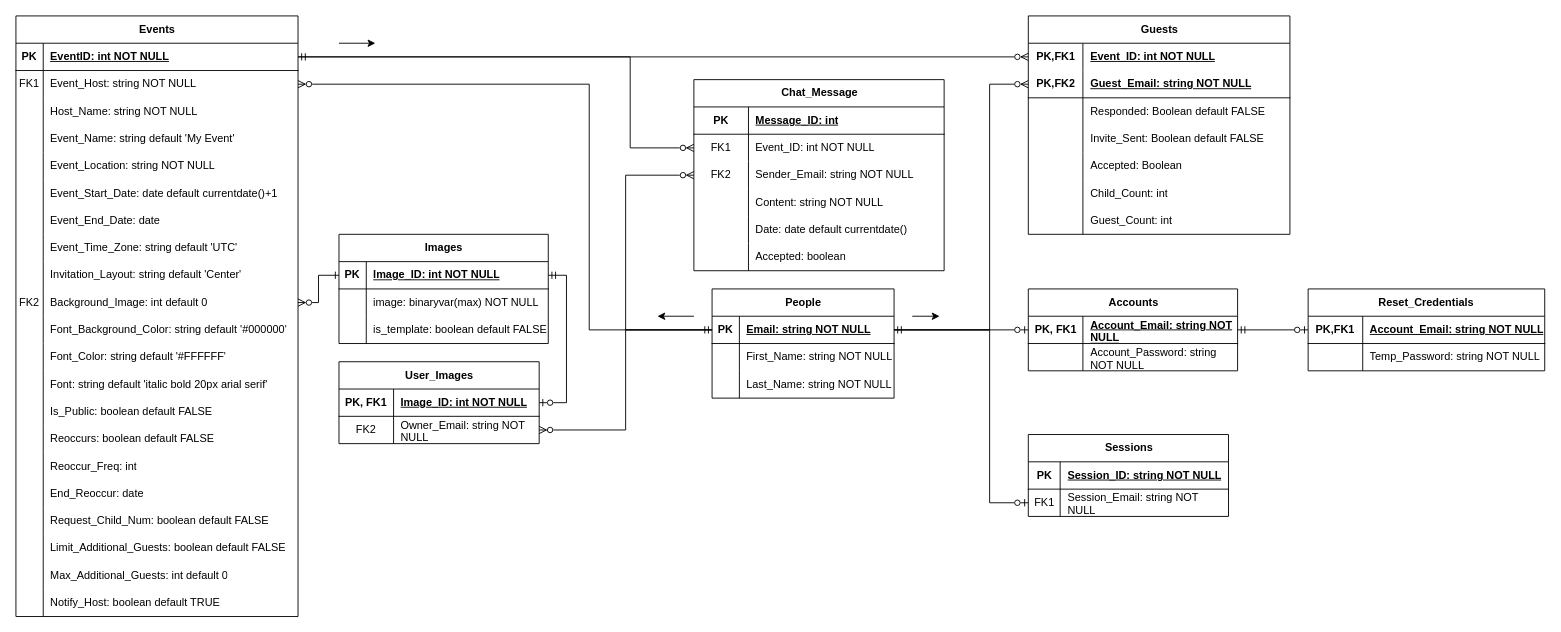
Above: Documents/Database/AllEventlyERD.drawio in plewis10apsu/AllEvently (draw.io), before the change. Source tidied: cells renumbered, new cells numbered last; positions are measured from the earlier drawing's top-left corner, leaving out a move shared by most shapes. Both pictures are drawn from the tidied source at 91%, with x=0, y=0 at pixel (15, 15).
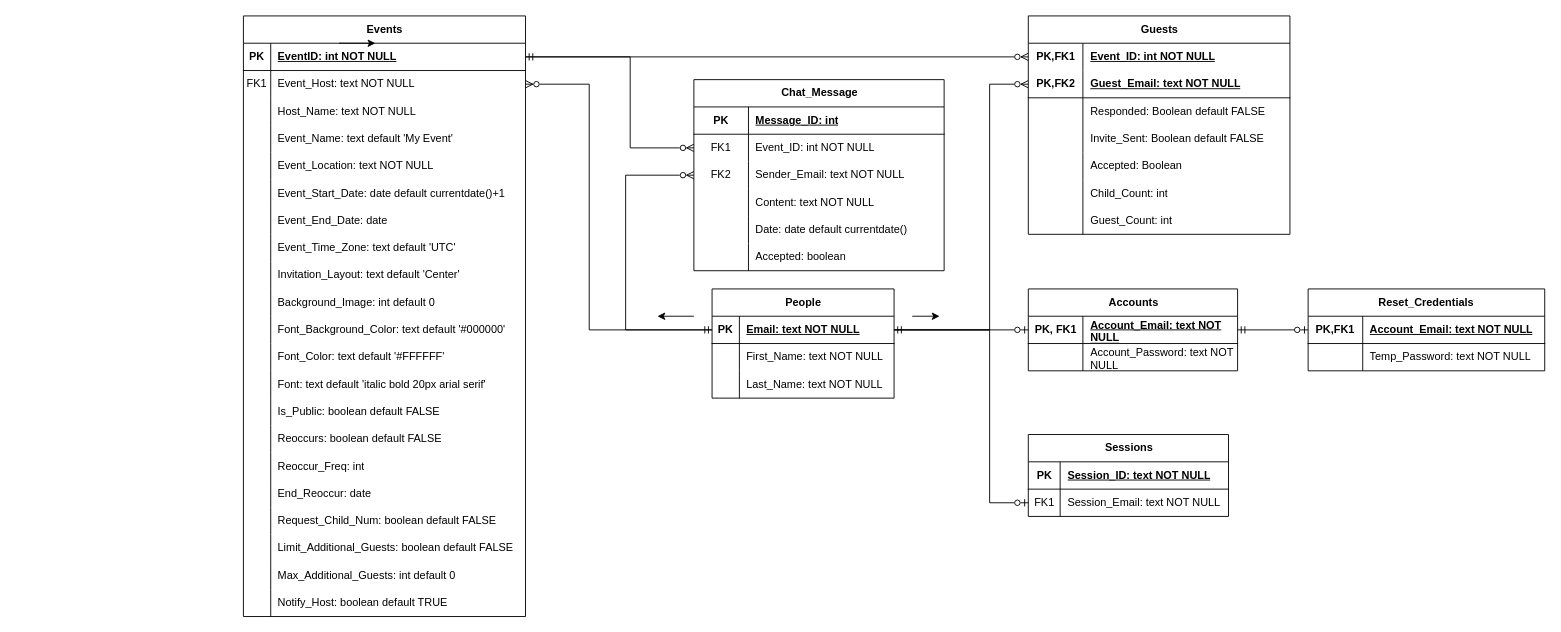
After the change.

Unchanged cells that the change refers to:
```xml
<mxCell id="6" style="shape=tableRow;horizontal=0;startSize=0;swimlaneHead=0;swimlaneBody=0;fillColor=none;points=[[0,0.5],[1,0.5]];portConstraint=eastwest;top=0;left=0;right=0;bottom=0;" parent="2" vertex="1">
  <mxGeometry y="60" width="310" height="30" as="geometry" />
</mxCell>
<mxCell id="9" style="shape=tableRow;horizontal=0;startSize=0;swimlaneHead=0;swimlaneBody=0;fillColor=none;top=0;left=0;right=0;bottom=0;" parent="2" vertex="1">
  <mxGeometry y="90" width="310" height="30" as="geometry" />
</mxCell>
<mxCell id="12" style="shape=tableRow;horizontal=0;startSize=0;swimlaneHead=0;swimlaneBody=0;fillColor=none;top=0;left=0;right=0;bottom=0;" parent="2" vertex="1">
  <mxGeometry y="120" width="310" height="30" as="geometry" />
</mxCell>
<mxCell id="15" style="shape=tableRow;horizontal=0;startSize=0;swimlaneHead=0;swimlaneBody=0;fillColor=none;top=0;left=0;right=0;bottom=0;" parent="2" vertex="1">
  <mxGeometry y="150" width="310" height="30" as="geometry" />
</mxCell>
<mxCell id="24" style="shape=tableRow;horizontal=0;startSize=0;swimlaneHead=0;swimlaneBody=0;fillColor=none;top=0;left=0;right=0;bottom=0;" parent="2" vertex="1">
  <mxGeometry y="240" width="310" height="30" as="geometry" />
</mxCell>
<mxCell id="27" style="shape=tableRow;horizontal=0;startSize=0;swimlaneHead=0;swimlaneBody=0;fillColor=none;top=0;left=0;right=0;bottom=0;" parent="2" vertex="1">
  <mxGeometry y="270" width="310" height="30" as="geometry" />
</mxCell>
<mxCell id="30" style="shape=tableRow;horizontal=0;startSize=0;swimlaneHead=0;swimlaneBody=0;fillColor=none;points=[[0,0.5],[1,0.5]];portConstraint=eastwest;top=0;left=0;right=0;bottom=0;" parent="2" vertex="1">
  <mxGeometry y="300" width="310" height="30" as="geometry" />
</mxCell>
<mxCell id="33" style="shape=tableRow;horizontal=0;startSize=0;swimlaneHead=0;swimlaneBody=0;fillColor=none;top=0;left=0;right=0;bottom=0;" parent="2" vertex="1">
  <mxGeometry y="330" width="310" height="30" as="geometry" />
</mxCell>
<mxCell id="36" style="shape=tableRow;horizontal=0;startSize=0;swimlaneHead=0;swimlaneBody=0;fillColor=none;top=0;left=0;right=0;bottom=0;" parent="2" vertex="1">
  <mxGeometry y="360" width="310" height="30" as="geometry" />
</mxCell>
<mxCell id="39" style="shape=tableRow;horizontal=0;startSize=0;swimlaneHead=0;swimlaneBody=0;fillColor=none;top=0;left=0;right=0;bottom=0;" parent="2" vertex="1">
  <mxGeometry y="390" width="310" height="30" as="geometry" />
</mxCell>
<mxCell id="67" style="shape=tableRow;horizontal=0;startSize=0;swimlaneHead=0;swimlaneBody=0;fillColor=none;points=[[0,0.5],[1,0.5]];portConstraint=eastwest;top=0;left=0;right=0;bottom=1;" parent="66" vertex="1">
  <mxGeometry y="30" width="200" height="30" as="geometry" />
</mxCell>
<mxCell id="70" style="shape=tableRow;horizontal=0;startSize=0;swimlaneHead=0;swimlaneBody=0;fillColor=none;top=0;left=0;right=0;bottom=0;" parent="66" vertex="1">
  <mxGeometry y="60" width="200" height="30" as="geometry" />
</mxCell>
<mxCell id="73" style="shape=tableRow;horizontal=0;startSize=0;swimlaneHead=0;swimlaneBody=0;fillColor=none;top=0;left=0;right=0;bottom=0;" parent="66" vertex="1">
  <mxGeometry y="90" width="200" height="30" as="geometry" />
</mxCell>
<mxCell id="80" style="shape=tableRow;horizontal=0;startSize=0;swimlaneHead=0;swimlaneBody=0;fillColor=none;points=[[0,0.5],[1,0.5]];portConstraint=eastwest;top=0;left=0;right=0;bottom=1;html=1;" parent="76" vertex="1">
  <mxGeometry y="60" width="287.5" height="30" as="geometry" />
</mxCell>
<mxCell id="101" style="shape=tableRow;horizontal=0;startSize=0;swimlaneHead=0;swimlaneBody=0;fillColor=none;points=[[0,0.5],[1,0.5]];portConstraint=eastwest;top=0;left=0;right=0;bottom=1;" parent="100" vertex="1">
  <mxGeometry y="30" width="230" height="30" as="geometry" />
</mxCell>
<mxCell id="104" style="shape=tableRow;horizontal=0;startSize=0;swimlaneHead=0;swimlaneBody=0;fillColor=none;top=0;left=0;right=0;bottom=0;" parent="100" vertex="1">
  <mxGeometry y="60" width="230" height="30" as="geometry" />
</mxCell>
<mxCell id="109" style="shape=tableRow;horizontal=0;startSize=0;swimlaneHead=0;swimlaneBody=0;fillColor=none;top=0;left=0;right=0;bottom=1;" parent="108" vertex="1">
  <mxGeometry y="30" width="220" height="30" as="geometry" />
</mxCell>
<mxCell id="112" style="shape=tableRow;horizontal=0;startSize=0;swimlaneHead=0;swimlaneBody=0;fillColor=none;points=[[0,0.5],[1,0.5]];portConstraint=eastwest;top=0;left=0;right=0;bottom=0;" parent="108" vertex="1">
  <mxGeometry y="60" width="220" height="30" as="geometry" />
</mxCell>
<mxCell id="123" style="shape=tableRow;horizontal=0;startSize=0;swimlaneHead=0;swimlaneBody=0;fillColor=none;points=[[0,0.5],[1,0.5]];portConstraint=eastwest;top=0;left=0;right=0;bottom=0;" parent="116" vertex="1">
  <mxGeometry y="90" width="275" height="30" as="geometry" />
</mxCell>
<mxCell id="126" style="shape=tableRow;horizontal=0;startSize=0;swimlaneHead=0;swimlaneBody=0;fillColor=none;top=0;left=0;right=0;bottom=0;" parent="116" vertex="1">
  <mxGeometry y="120" width="275" height="30" as="geometry" />
</mxCell>
<mxCell id="158" style="shape=tableRow;horizontal=0;startSize=0;swimlaneHead=0;swimlaneBody=0;fillColor=none;points=[[0,0.5],[1,0.5]];portConstraint=eastwest;top=0;left=0;right=0;bottom=1;html=1;" parent="157" vertex="1">
  <mxGeometry y="30" width="260" height="30" as="geometry" />
</mxCell>
<mxCell id="161" style="shape=tableRow;horizontal=0;startSize=0;swimlaneHead=0;swimlaneBody=0;fillColor=none;top=0;left=0;right=0;bottom=0;html=1;" parent="157" vertex="1">
  <mxGeometry y="60" width="260" height="30" as="geometry" />
</mxCell>
```

What changed in the source:
```diff
@@
     <mxCell id="2" value="&lt;div&gt;Events&lt;br&gt;&lt;/div&gt;" style="shape=table;startSize=30;childLayout=tableLayout;rowLines=0;fontStyle=1;align=center;html=1;" parent="1" vertex="1">
-      <mxGeometry width="310" height="660" as="geometry" />
+      <mxGeometry x="250" width="310" height="660" as="geometry" />
     </mxCell>
@@
-    <mxCell id="8" value="Event_Host: string NOT NULL" style="shape=partialRectangle;fillColor=none;top=0;left=0;bottom=0;right=0;align=left;spacingLeft=6;overflow=hidden;whiteSpace=wrap;html=1;" parent="6" vertex="1">
+    <mxCell id="8" value="Event_Host: text NOT NULL" style="shape=partialRectangle;fillColor=none;top=0;left=0;bottom=0;right=0;align=left;spacingLeft=6;overflow=hidden;whiteSpace=wrap;html=1;" parent="6" vertex="1">
       <mxGeometry x="30" width="280" height="30" as="geometry" />
     </mxCell>
@@
-    <mxCell id="11" value="Host_Name: string NOT NULL" style="shape=partialRectangle;fillColor=none;top=0;left=0;bottom=0;right=0;align=left;spacingLeft=6;overflow=hidden;whiteSpace=wrap;html=1;" parent="9" vertex="1">
+    <mxCell id="11" value="Host_Name: text NOT NULL" style="shape=partialRectangle;fillColor=none;top=0;left=0;bottom=0;right=0;align=left;spacingLeft=6;overflow=hidden;whiteSpace=wrap;html=1;" parent="9" vertex="1">
       <mxGeometry x="30" width="280" height="30" as="geometry" />
     </mxCell>
@@
-    <mxCell id="14" value="Event_Name: string default 'My Event'" style="shape=partialRectangle;fillColor=none;top=0;left=0;bottom=0;right=0;align=left;spacingLeft=6;overflow=hidden;whiteSpace=wrap;html=1;" parent="12" vertex="1">
+    <mxCell id="14" value="Event_Name: text default 'My Event'" style="shape=partialRectangle;fillColor=none;top=0;left=0;bottom=0;right=0;align=left;spacingLeft=6;overflow=hidden;whiteSpace=wrap;html=1;" parent="12" vertex="1">
       <mxGeometry x="30" width="280" height="30" as="geometry" />
     </mxCell>
@@
-    <mxCell id="17" value="Event_Location: string NOT NULL" style="shape=partialRectangle;fillColor=none;top=0;left=0;bottom=0;right=0;align=left;spacingLeft=6;overflow=hidden;whiteSpace=wrap;html=1;" parent="15" vertex="1">
+    <mxCell id="17" value="Event_Location: text NOT NULL" style="shape=partialRectangle;fillColor=none;top=0;left=0;bottom=0;right=0;align=left;spacingLeft=6;overflow=hidden;whiteSpace=wrap;html=1;" parent="15" vertex="1">
       <mxGeometry x="30" width="280" height="30" as="geometry" />
     </mxCell>
@@
-    <mxCell id="26" value="Event_Time_Zone: string default 'UTC'" style="shape=partialRectangle;fillColor=none;top=0;left=0;bottom=0;right=0;align=left;spacingLeft=6;overflow=hidden;whiteSpace=wrap;html=1;" parent="24" vertex="1">
+    <mxCell id="26" value="Event_Time_Zone: text default 'UTC'" style="shape=partialRectangle;fillColor=none;top=0;left=0;bottom=0;right=0;align=left;spacingLeft=6;overflow=hidden;whiteSpace=wrap;html=1;" parent="24" vertex="1">
       <mxGeometry x="30" width="280" height="30" as="geometry" />
     </mxCell>
@@
-    <mxCell id="29" value="Invitation_Layout: string default 'Center'" style="shape=partialRectangle;fillColor=none;top=0;left=0;bottom=0;right=0;align=left;spacingLeft=6;overflow=hidden;whiteSpace=wrap;html=1;" parent="27" vertex="1">
+    <mxCell id="29" value="Invitation_Layout: text default 'Center'" style="shape=partialRectangle;fillColor=none;top=0;left=0;bottom=0;right=0;align=left;spacingLeft=6;overflow=hidden;whiteSpace=wrap;html=1;" parent="27" vertex="1">
       <mxGeometry x="30" width="280" height="30" as="geometry" />
     </mxCell>
@@
-    <mxCell id="31" value="FK2" style="shape=partialRectangle;fillColor=none;top=0;left=0;bottom=0;right=0;overflow=hidden;whiteSpace=wrap;html=1;" parent="30" vertex="1">
+    <mxCell id="31" style="shape=partialRectangle;fillColor=none;top=0;left=0;bottom=0;right=0;overflow=hidden;whiteSpace=wrap;html=1;" parent="30" vertex="1">
       <mxGeometry width="30" height="30" as="geometry" />
     </mxCell>
@@
-    <mxCell id="35" value="Font_Background_Color: string default '#000000'" style="shape=partialRectangle;fillColor=none;top=0;left=0;bottom=0;right=0;align=left;spacingLeft=6;overflow=hidden;whiteSpace=wrap;html=1;" parent="33" vertex="1">
+    <mxCell id="35" value="Font_Background_Color: text default '#000000'" style="shape=partialRectangle;fillColor=none;top=0;left=0;bottom=0;right=0;align=left;spacingLeft=6;overflow=hidden;whiteSpace=wrap;html=1;" parent="33" vertex="1">
       <mxGeometry x="30" width="280" height="30" as="geometry" />
     </mxCell>
@@
-    <mxCell id="38" value="Font_Color: string default '#FFFFFF'" style="shape=partialRectangle;fillColor=none;top=0;left=0;bottom=0;right=0;align=left;spacingLeft=6;overflow=hidden;whiteSpace=wrap;html=1;" parent="36" vertex="1">
+    <mxCell id="38" value="Font_Color: text default '#FFFFFF'" style="shape=partialRectangle;fillColor=none;top=0;left=0;bottom=0;right=0;align=left;spacingLeft=6;overflow=hidden;whiteSpace=wrap;html=1;" parent="36" vertex="1">
       <mxGeometry x="30" width="280" height="30" as="geometry" />
     </mxCell>
@@
-    <mxCell id="41" value="Font: string default 'italic bold 20px arial serif'" style="shape=partialRectangle;fillColor=none;top=0;left=0;bottom=0;right=0;align=left;spacingLeft=6;overflow=hidden;whiteSpace=wrap;html=1;" parent="39" vertex="1">
+    <mxCell id="41" value="Font: text default 'italic bold 20px arial serif'" style="shape=partialRectangle;fillColor=none;top=0;left=0;bottom=0;right=0;align=left;spacingLeft=6;overflow=hidden;whiteSpace=wrap;html=1;" parent="39" vertex="1">
       <mxGeometry x="30" width="280" height="30" as="geometry" />
     </mxCell>
@@
-    <mxCell id="69" value="Email: string NOT NULL" style="shape=partialRectangle;fillColor=none;top=0;left=0;bottom=0;right=0;align=left;spacingLeft=6;fontStyle=5;overflow=hidden;whiteSpace=wrap;html=1;" parent="67" vertex="1">
+    <mxCell id="69" value="Email: text NOT NULL" style="shape=partialRectangle;fillColor=none;top=0;left=0;bottom=0;right=0;align=left;spacingLeft=6;fontStyle=5;overflow=hidden;whiteSpace=wrap;html=1;" parent="67" vertex="1">
       <mxGeometry x="30" width="170" height="30" as="geometry" />
     </mxCell>
@@
-    <mxCell id="72" value="First_Name: string NOT NULL" style="shape=partialRectangle;fillColor=none;top=0;left=0;bottom=0;right=0;align=left;spacingLeft=6;overflow=hidden;whiteSpace=wrap;html=1;" parent="70" vertex="1">
+    <mxCell id="72" value="First_Name: text NOT NULL" style="shape=partialRectangle;fillColor=none;top=0;left=0;bottom=0;right=0;align=left;spacingLeft=6;overflow=hidden;whiteSpace=wrap;html=1;" parent="70" vertex="1">
       <mxGeometry x="30" width="170" height="30" as="geometry" />
     </mxCell>
@@
-    <mxCell id="75" value="Last_Name: string NOT NULL" style="shape=partialRectangle;fillColor=none;top=0;left=0;bottom=0;right=0;align=left;spacingLeft=6;overflow=hidden;whiteSpace=wrap;html=1;" parent="73" vertex="1">
+    <mxCell id="75" value="Last_Name: text NOT NULL" style="shape=partialRectangle;fillColor=none;top=0;left=0;bottom=0;right=0;align=left;spacingLeft=6;overflow=hidden;whiteSpace=wrap;html=1;" parent="73" vertex="1">
       <mxGeometry x="30" width="170" height="30" as="geometry" />
     </mxCell>
@@
-    <mxCell id="82" value="Guest_Email: string NOT NULL" style="shape=partialRectangle;fillColor=none;top=0;left=0;bottom=0;right=0;align=left;spacingLeft=6;fontStyle=5;overflow=hidden;html=1;whiteSpace=wrap;" parent="80" vertex="1">
+    <mxCell id="82" value="Guest_Email: text NOT NULL" style="shape=partialRectangle;fillColor=none;top=0;left=0;bottom=0;right=0;align=left;spacingLeft=6;fontStyle=5;overflow=hidden;html=1;whiteSpace=wrap;" parent="80" vertex="1">
       <mxGeometry x="60" width="227.5" height="30" as="geometry" />
     </mxCell>
@@
-    <mxCell id="103" value="Account_Email: string NOT NULL" style="shape=partialRectangle;fillColor=none;top=0;left=0;bottom=0;right=0;align=left;spacingLeft=6;fontStyle=5;overflow=hidden;whiteSpace=wrap;html=1;" parent="101" vertex="1">
+    <mxCell id="103" value="Account_Email: text NOT NULL" style="shape=partialRectangle;fillColor=none;top=0;left=0;bottom=0;right=0;align=left;spacingLeft=6;fontStyle=5;overflow=hidden;whiteSpace=wrap;html=1;" parent="101" vertex="1">
       <mxGeometry x="60" width="170" height="30" as="geometry" />
     </mxCell>
@@
-    <mxCell id="106" value="Account_Password: string NOT NULL" style="shape=partialRectangle;fillColor=none;top=0;left=0;bottom=0;right=0;align=left;spacingLeft=6;overflow=hidden;whiteSpace=wrap;html=1;" parent="104" vertex="1">
+    <mxCell id="106" value="Account_Password: text NOT NULL" style="shape=partialRectangle;fillColor=none;top=0;left=0;bottom=0;right=0;align=left;spacingLeft=6;overflow=hidden;whiteSpace=wrap;html=1;" parent="104" vertex="1">
       <mxGeometry x="60" width="170" height="30" as="geometry" />
     </mxCell>
@@
-    <mxCell id="111" value="Session_ID: string NOT NULL" style="shape=partialRectangle;fillColor=none;top=0;left=0;bottom=0;right=0;align=left;spacingLeft=6;fontStyle=5;overflow=hidden;whiteSpace=wrap;html=1;" parent="109" vertex="1">
+    <mxCell id="111" value="Session_ID: text NOT NULL" style="shape=partialRectangle;fillColor=none;top=0;left=0;bottom=0;right=0;align=left;spacingLeft=6;fontStyle=5;overflow=hidden;whiteSpace=wrap;html=1;" parent="109" vertex="1">
       <mxGeometry x="35" width="185" height="30" as="geometry" />
     </mxCell>
@@
-    <mxCell id="114" value="Session_Email: string NOT NULL" style="shape=partialRectangle;fillColor=none;top=0;left=0;bottom=0;right=0;align=left;spacingLeft=6;overflow=hidden;whiteSpace=wrap;html=1;" parent="112" vertex="1">
+    <mxCell id="114" value="Session_Email: text NOT NULL" style="shape=partialRectangle;fillColor=none;top=0;left=0;bottom=0;right=0;align=left;spacingLeft=6;overflow=hidden;whiteSpace=wrap;html=1;" parent="112" vertex="1">
       <mxGeometry x="35" width="185" height="30" as="geometry" />
     </mxCell>
@@
-    <mxCell id="125" value="Sender_Email: string NOT NULL" style="shape=partialRectangle;fillColor=none;top=0;left=0;bottom=0;right=0;align=left;spacingLeft=6;overflow=hidden;whiteSpace=wrap;html=1;" parent="123" vertex="1">
+    <mxCell id="125" value="Sender_Email: text NOT NULL" style="shape=partialRectangle;fillColor=none;top=0;left=0;bottom=0;right=0;align=left;spacingLeft=6;overflow=hidden;whiteSpace=wrap;html=1;" parent="123" vertex="1">
       <mxGeometry x="60" width="215" height="30" as="geometry" />
     </mxCell>
@@
-    <mxCell id="128" value="Content: string NOT NULL" style="shape=partialRectangle;fillColor=none;top=0;left=0;bottom=0;right=0;align=left;spacingLeft=6;overflow=hidden;whiteSpace=wrap;html=1;" parent="126" vertex="1">
+    <mxCell id="128" value="Content: text NOT NULL" style="shape=partialRectangle;fillColor=none;top=0;left=0;bottom=0;right=0;align=left;spacingLeft=6;overflow=hidden;whiteSpace=wrap;html=1;" parent="126" vertex="1">
       <mxGeometry x="60" width="215" height="30" as="geometry" />
     </mxCell>
@@
-    <mxCell id="137" value="Images" style="shape=table;startSize=30;childLayout=tableLayout;rowLines=0;fontStyle=1;align=center;html=1;" parent="1" vertex="1">
-      <mxGeometry x="355" y="240" width="230" height="120" as="geometry" />
-    </mxCell>
-    <mxCell id="138" style="shape=tableRow;horizontal=0;startSize=0;swimlaneHead=0;swimlaneBody=0;fillColor=none;points=[[0,0.5],[1,0.5]];portConstraint=eastwest;top=0;left=0;right=0;bottom=1;" parent="137" vertex="1">
-      <mxGeometry y="30" width="230" height="30" as="geometry" />
-    </mxCell>
-    <mxCell id="139" value="PK" style="shape=partialRectangle;fillColor=none;top=0;left=0;bottom=0;right=0;fontStyle=1;overflow=hidden;whiteSpace=wrap;html=1;" parent="138" vertex="1">
-      <mxGeometry width="30" height="30" as="geometry" />
-    </mxCell>
-    <mxCell id="140" value="Image_ID: int NOT NULL" style="shape=partialRectangle;fillColor=none;top=0;left=0;bottom=0;right=0;align=left;spacingLeft=6;fontStyle=5;overflow=hidden;whiteSpace=wrap;html=1;" parent="138" vertex="1">
-      <mxGeometry x="30" width="200" height="30" as="geometry" />
-    </mxCell>
-    <mxCell id="141" style="shape=tableRow;horizontal=0;startSize=0;swimlaneHead=0;swimlaneBody=0;fillColor=none;top=0;left=0;right=0;bottom=0;" parent="137" vertex="1">
-      <mxGeometry y="60" width="230" height="30" as="geometry" />
-    </mxCell>
-    <mxCell id="142" style="shape=partialRectangle;fillColor=none;top=0;left=0;bottom=0;right=0;overflow=hidden;whiteSpace=wrap;html=1;" parent="141" vertex="1">
-      <mxGeometry width="30" height="30" as="geometry" />
-    </mxCell>
-    <mxCell id="143" value="image: binaryvar(max) NOT NULL" style="shape=partialRectangle;fillColor=none;top=0;left=0;bottom=0;right=0;align=left;spacingLeft=6;overflow=hidden;whiteSpace=wrap;html=1;" parent="141" vertex="1">
-      <mxGeometry x="30" width="200" height="30" as="geometry" />
-    </mxCell>
-    <mxCell id="144" style="shape=tableRow;horizontal=0;startSize=0;swimlaneHead=0;swimlaneBody=0;fillColor=none;top=0;left=0;right=0;bottom=0;" parent="137" vertex="1">
-      <mxGeometry y="90" width="230" height="30" as="geometry" />
-    </mxCell>
-    <mxCell id="145" style="shape=partialRectangle;fillColor=none;top=0;left=0;bottom=0;right=0;overflow=hidden;whiteSpace=wrap;html=1;" parent="144" vertex="1">
-      <mxGeometry width="30" height="30" as="geometry" />
-    </mxCell>
-    <mxCell id="146" value="is_template: boolean default FALSE" style="shape=partialRectangle;fillColor=none;top=0;left=0;bottom=0;right=0;align=left;spacingLeft=6;overflow=hidden;whiteSpace=wrap;html=1;" parent="144" vertex="1">
-      <mxGeometry x="30" width="200" height="30" as="geometry" />
-    </mxCell>
-    <mxCell id="147" value="User_Images" style="shape=table;startSize=30;childLayout=tableLayout;rowLines=0;fontStyle=1;align=center;html=1;" parent="1" vertex="1">
-      <mxGeometry x="355" y="380" width="220" height="90" as="geometry" />
-    </mxCell>
-    <mxCell id="148" style="shape=tableRow;horizontal=0;startSize=0;swimlaneHead=0;swimlaneBody=0;fillColor=none;points=[[0,0.5],[1,0.5]];portConstraint=eastwest;top=0;left=0;right=0;bottom=1;" parent="147" vertex="1">
-      <mxGeometry y="30" width="220" height="30" as="geometry" />
-    </mxCell>
-    <mxCell id="149" value="PK, FK1" style="shape=partialRectangle;fillColor=none;top=0;left=0;bottom=0;right=0;fontStyle=1;overflow=hidden;whiteSpace=wrap;html=1;" parent="148" vertex="1">
-      <mxGeometry width="60" height="30" as="geometry" />
-    </mxCell>
-    <mxCell id="150" value="Image_ID: int NOT NULL" style="shape=partialRectangle;fillColor=none;top=0;left=0;bottom=0;right=0;align=left;spacingLeft=6;fontStyle=5;overflow=hidden;whiteSpace=wrap;html=1;" parent="148" vertex="1">
-      <mxGeometry x="60" width="160" height="30" as="geometry" />
-    </mxCell>
-    <mxCell id="151" style="shape=tableRow;horizontal=0;startSize=0;swimlaneHead=0;swimlaneBody=0;fillColor=none;points=[[0,0.5],[1,0.5]];portConstraint=eastwest;top=0;left=0;right=0;bottom=0;" parent="147" vertex="1">
-      <mxGeometry y="60" width="220" height="30" as="geometry" />
-    </mxCell>
-    <mxCell id="152" value="FK2" style="shape=partialRectangle;fillColor=none;top=0;left=0;bottom=0;right=0;overflow=hidden;whiteSpace=wrap;html=1;" parent="151" vertex="1">
-      <mxGeometry width="60" height="30" as="geometry" />
-    </mxCell>
-    <mxCell id="153" value="Owner_Email: string NOT NULL" style="shape=partialRectangle;fillColor=none;top=0;left=0;bottom=0;right=0;align=left;spacingLeft=6;overflow=hidden;whiteSpace=wrap;html=1;" parent="151" vertex="1">
-      <mxGeometry x="60" width="160" height="30" as="geometry" />
-    </mxCell>
-    <mxCell id="154" style="edgeStyle=orthogonalEdgeStyle;rounded=0;jettySize=auto;html=1;exitX=0;exitY=0.5;exitDx=0;exitDy=0;entryX=1;entryY=0.5;entryDx=0;entryDy=0;endArrow=ERzeroToMany;endFill=0;" parent="1" edge="1" source="67" target="151">
-      <mxGeometry relative="1" as="geometry">
-        <Array as="points">
-          <mxPoint x="670" y="345" />
-          <mxPoint x="670" y="455" />
-        </Array>
-      </mxGeometry>
-    </mxCell>
-    <mxCell id="155" style="edgeStyle=orthogonalEdgeStyle;rounded=0;jettySize=auto;html=1;exitX=0;exitY=0.5;exitDx=0;exitDy=0;entryX=1;entryY=0.5;entryDx=0;entryDy=0;startArrow=ERone;startFill=0;endArrow=ERzeroToMany;endFill=0;" parent="1" edge="1" source="138" target="30">
-      <mxGeometry relative="1" as="geometry" />
-    </mxCell>
-    <mxCell id="156" style="edgeStyle=orthogonalEdgeStyle;rounded=0;jettySize=auto;html=1;exitX=1;exitY=0.5;exitDx=0;exitDy=0;entryX=1;entryY=0.5;entryDx=0;entryDy=0;endArrow=ERzeroToOne;endFill=0;startArrow=ERmandOne;startFill=0;" parent="1" edge="1" source="138" target="148">
-      <mxGeometry relative="1" as="geometry" />
-    </mxCell>
@@
-    <mxCell id="160" value="Account_Email: string NOT NULL" style="shape=partialRectangle;fillColor=none;top=0;left=0;bottom=0;right=0;align=left;spacingLeft=6;fontStyle=5;overflow=hidden;html=1;whiteSpace=wrap;" parent="158" vertex="1">
+    <mxCell id="160" value="Account_Email: text NOT NULL" style="shape=partialRectangle;fillColor=none;top=0;left=0;bottom=0;right=0;align=left;spacingLeft=6;fontStyle=5;overflow=hidden;html=1;whiteSpace=wrap;" parent="158" vertex="1">
       <mxGeometry x="60" width="200" height="30" as="geometry" />
     </mxCell>
@@
-    <mxCell id="163" value="Temp_Password: string NOT NULL" style="shape=partialRectangle;fillColor=none;top=0;left=0;bottom=0;right=0;align=left;spacingLeft=6;overflow=hidden;html=1;whiteSpace=wrap;" parent="161" vertex="1">
+    <mxCell id="163" value="Temp_Password: text NOT NULL" style="shape=partialRectangle;fillColor=none;top=0;left=0;bottom=0;right=0;align=left;spacingLeft=6;overflow=hidden;html=1;whiteSpace=wrap;" parent="161" vertex="1">
       <mxGeometry x="60" width="200" height="30" as="geometry" />
     </mxCell>
```
